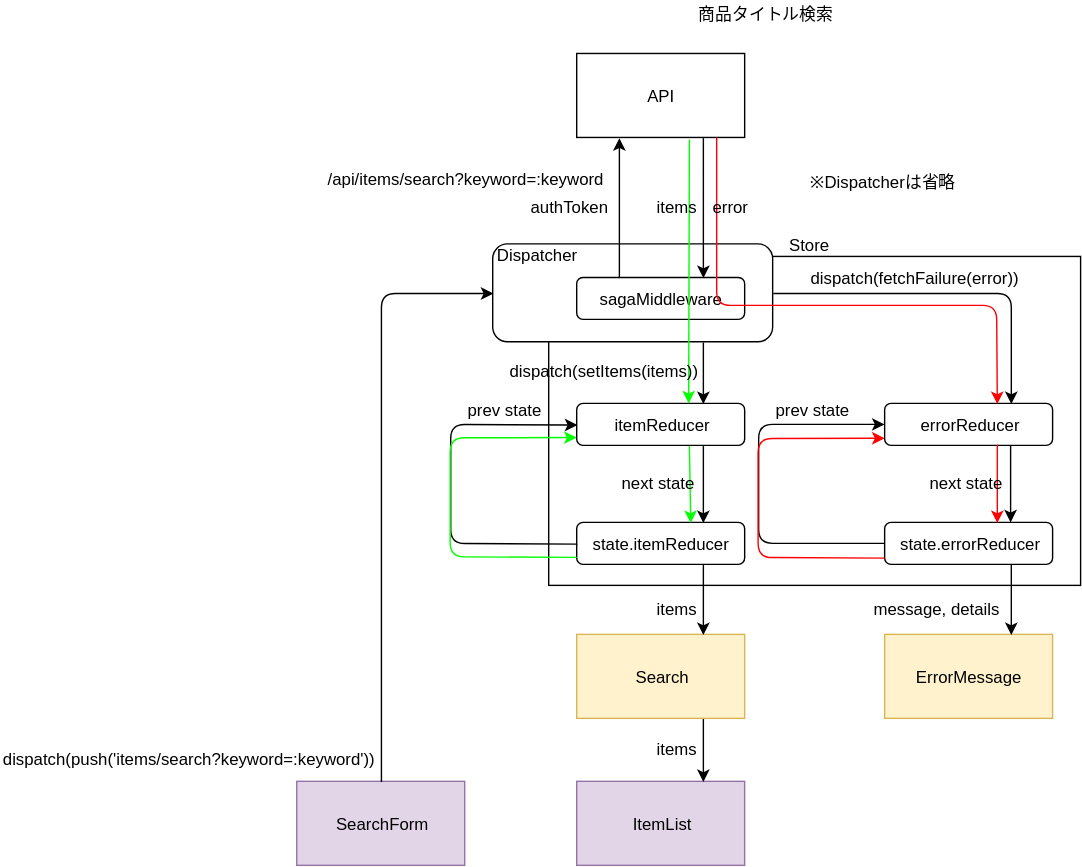
The draw.io diagram diagram/dataFlow/search.svg in emgniddikur/react-app, before a commit. Source tidied: cells renumbered, new cells last; positions are measured from the earlier drawing's top-left corner, leaving out a move shared by most shapes.
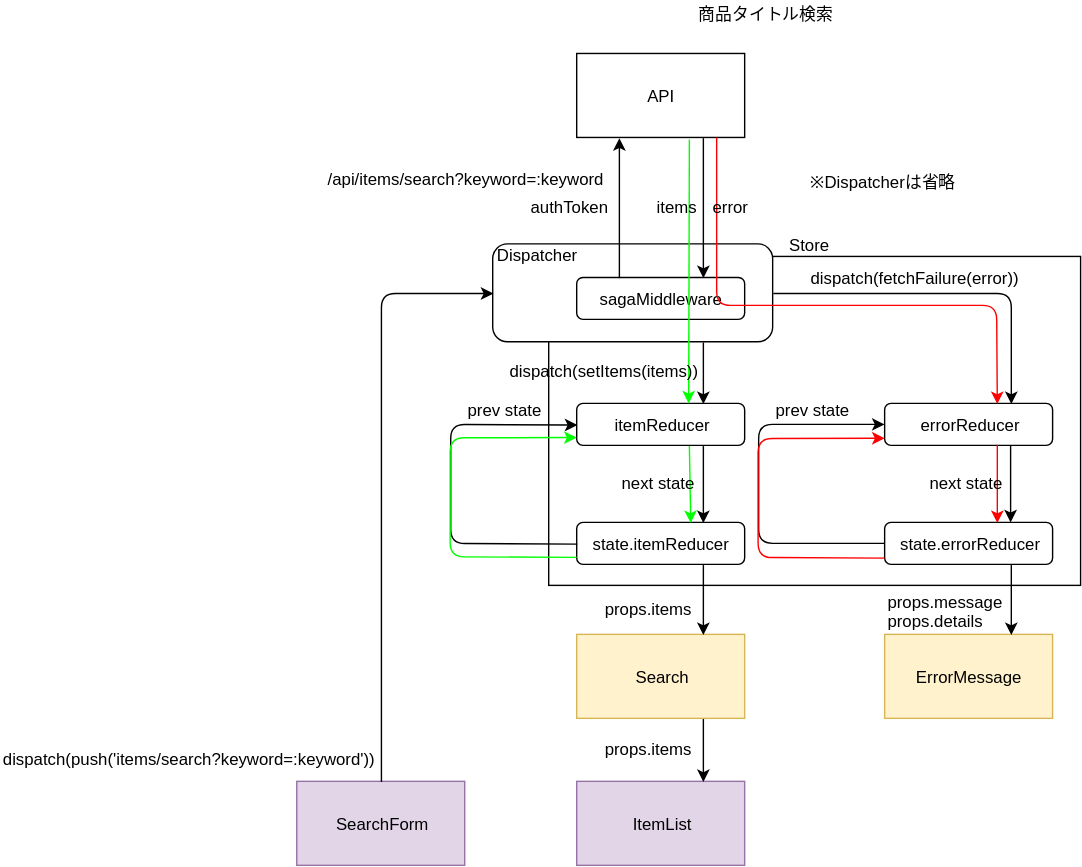
After the change.

Diff of the diagram source:
```diff
@@ -101,8 +101,8 @@
     <mxCell id="27" style="endArrow=classic;html=1;entryX=0.75;entryY=0;entryDx=0;entryDy=0;exitX=0.75;exitY=1;exitDx=0;exitDy=0;" parent="1" edge="1" source="14" target="23">
       <mxGeometry relative="1" as="geometry" />
     </mxCell>
-    <mxCell id="28" value="items" style="text;html=1;align=left;verticalAlign=top;spacingTop=-4;" parent="1" vertex="1">
-      <mxGeometry x="466.5" y="425" width="40" height="20" as="geometry" />
+    <mxCell id="28" value="props.items" style="text;html=1;align=left;verticalAlign=top;spacingTop=-4;" parent="1" vertex="1">
+      <mxGeometry x="430" y="425" width="80" height="20" as="geometry" />
     </mxCell>
     <mxCell id="29" style="endArrow=classic;html=1;entryX=0.75;entryY=0;entryDx=0;entryDy=0;exitX=0.75;exitY=1;exitDx=0;exitDy=0;" parent="1" edge="1" source="23" target="24">
       <mxGeometry relative="1" as="geometry" />
@@ -110,11 +110,8 @@
     <mxCell id="30" style="endArrow=classic;html=1;entryX=0.75;entryY=0;entryDx=0;entryDy=0;exitX=0.75;exitY=1;exitDx=0;exitDy=0;" parent="1" edge="1" source="17" target="26">
       <mxGeometry relative="1" as="geometry" />
     </mxCell>
-    <mxCell id="31" value="message, details&lt;br&gt;" style="text;html=1;align=left;verticalAlign=top;spacingTop=-4;" parent="1" vertex="1">
-      <mxGeometry x="621.5" y="425" width="110" height="20" as="geometry" />
-    </mxCell>
-    <mxCell id="32" value="items" style="text;html=1;align=left;verticalAlign=top;spacingTop=-4;" parent="1" vertex="1">
-      <mxGeometry x="466.5" y="525" width="40" height="20" as="geometry" />
+    <mxCell id="32" value="props.items" style="text;html=1;align=left;verticalAlign=top;spacingTop=-4;" parent="1" vertex="1">
+      <mxGeometry x="430" y="525" width="80" height="20" as="geometry" />
     </mxCell>
     <mxCell id="33" value="dispatch(push('items/search?keyword=:keyword'))" style="text;html=1;align=left;verticalAlign=top;spacingTop=-4;" parent="1" vertex="1">
       <mxGeometry y="531.5" width="280" height="20" as="geometry" />
@@ -192,5 +189,8 @@
         </Array>
       </mxGeometry>
     </mxCell>
+    <mxCell id="49" value="props.message&lt;br&gt;props.details&lt;br&gt;" style="text;html=1;align=left;verticalAlign=top;spacingTop=-4;" parent="1" vertex="1">
+      <mxGeometry x="631.5" y="420" width="100" height="30" as="geometry" />
+    </mxCell>
   </root>
 </mxGraphModel>
```
